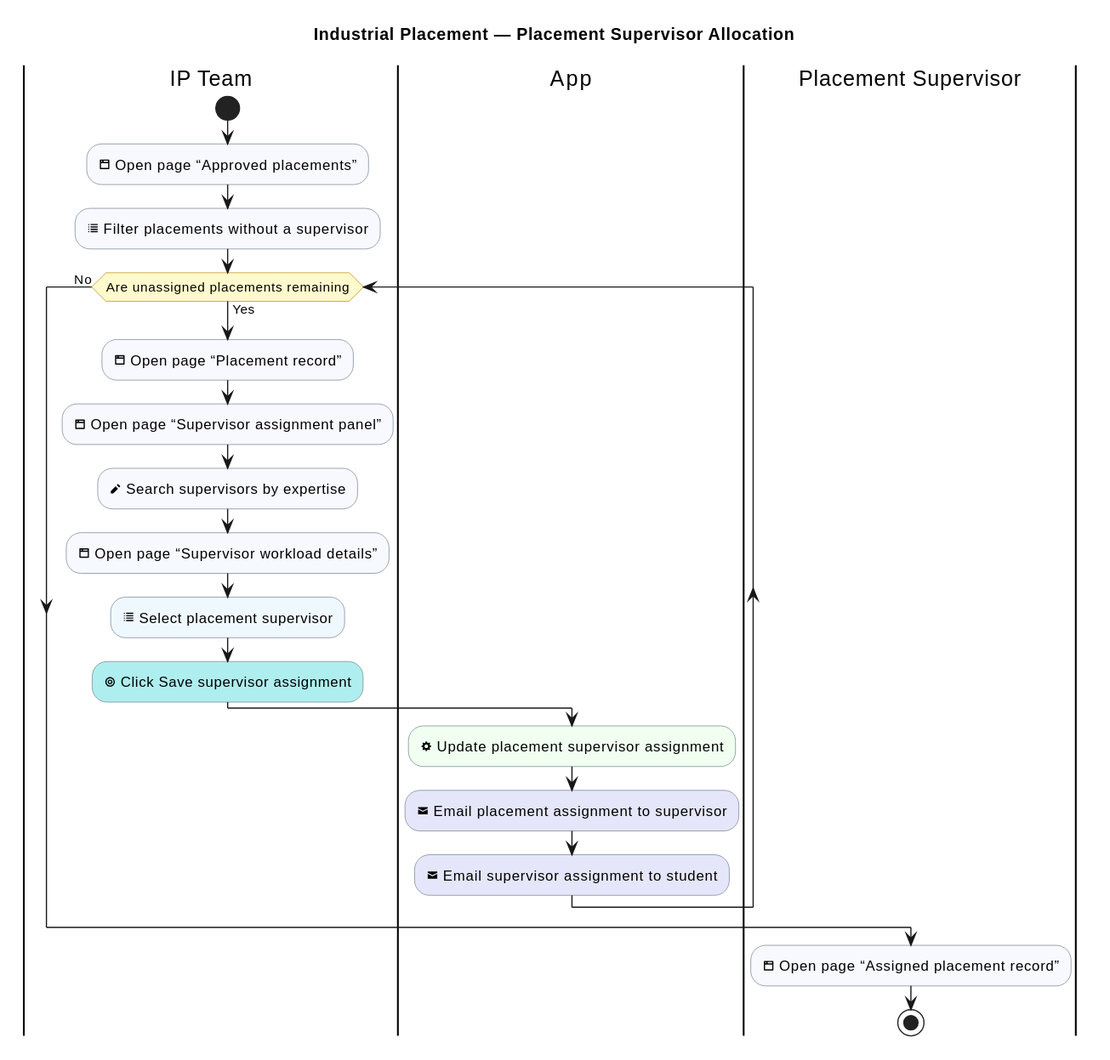
Earlier version of the PlantUML export industrial-placement-group-project/diagrams/industrial-placement/supervisor-allocation.svg (sdflkjssl/sdflkjssl.github.io).
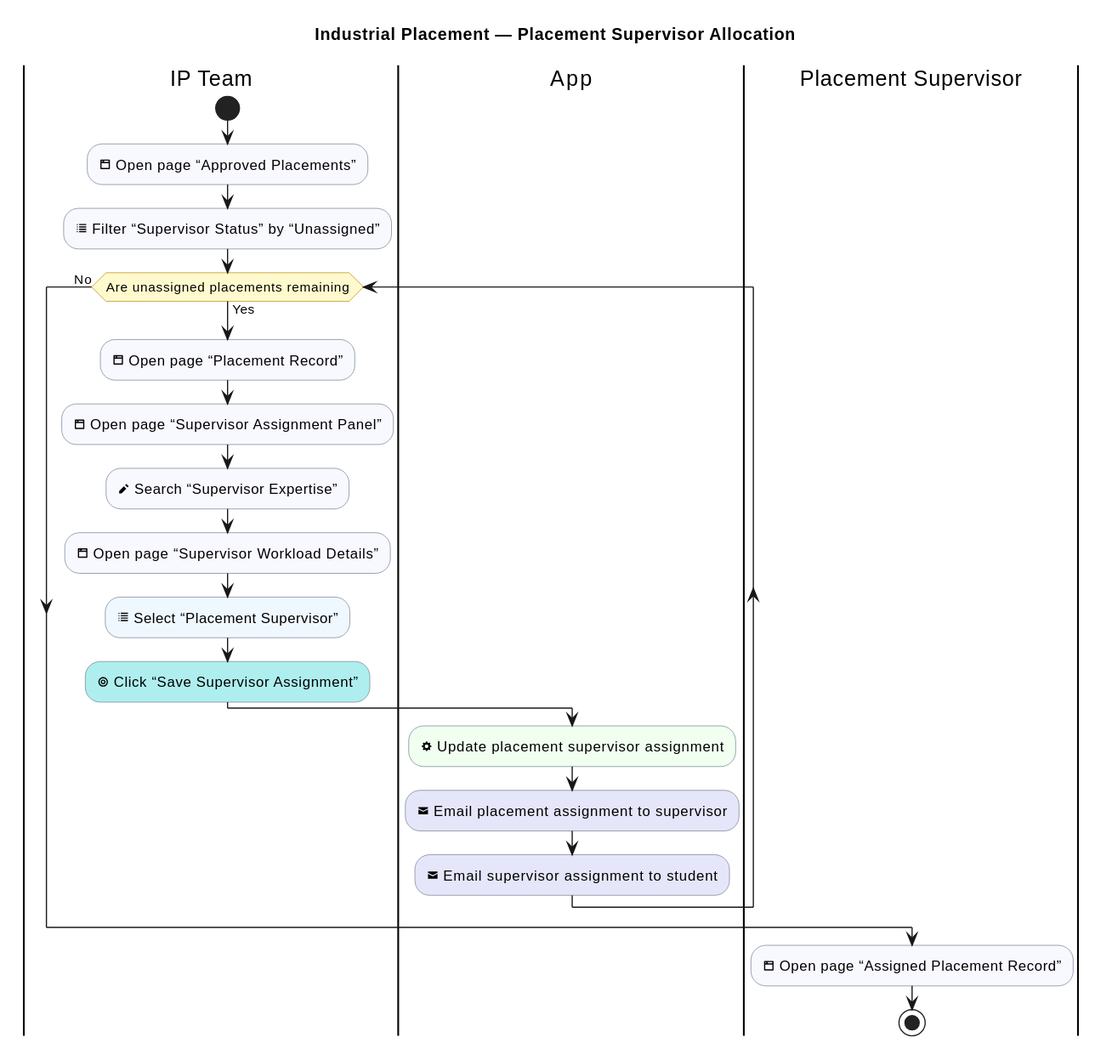
Above is the later version.

The edit, as a diff of the source:
```diff
@@ -13,15 +13,15 @@
 
 |IP Team|
 start
-:<&browser> Open page “Approved placements”; <<#GhostWhite>>
-:<&list> Filter placements without a supervisor; <<#GhostWhite>>
+:<&browser> Open page “Approved Placements”; <<#GhostWhite>>
+:<&list> Filter “Supervisor Status” by “Unassigned”; <<#GhostWhite>>
 while (Are unassigned placements remaining) is (Yes)
-  :<&browser> Open page “Placement record”; <<#GhostWhite>>
-  :<&browser> Open page “Supervisor assignment panel”; <<#GhostWhite>>
-  :<&pencil> Search supervisors by expertise; <<#GhostWhite>>
-  :<&browser> Open page “Supervisor workload details”; <<#GhostWhite>>
-  :<&list> Select placement supervisor; <<#AliceBlue>>
-  :<&target> Click Save supervisor assignment; <<#PaleTurquoise>>
+  :<&browser> Open page “Placement Record”; <<#GhostWhite>>
+  :<&browser> Open page “Supervisor Assignment Panel”; <<#GhostWhite>>
+  :<&pencil> Search “Supervisor Expertise”; <<#GhostWhite>>
+  :<&browser> Open page “Supervisor Workload Details”; <<#GhostWhite>>
+  :<&list> Select “Placement Supervisor”; <<#AliceBlue>>
+  :<&target> Click “Save Supervisor Assignment”; <<#PaleTurquoise>>
   |App|
   :<&cog> Update placement supervisor assignment; <<#HoneyDew>>
   :<&envelope-closed> Email placement assignment to supervisor; <<#Lavender>>
@@ -30,6 +30,6 @@
 endwhile (No)
 
 |Placement Supervisor|
-:<&browser> Open page “Assigned placement record”; <<#GhostWhite>>
+:<&browser> Open page “Assigned Placement Record”; <<#GhostWhite>>
 stop
 @enduml
```
